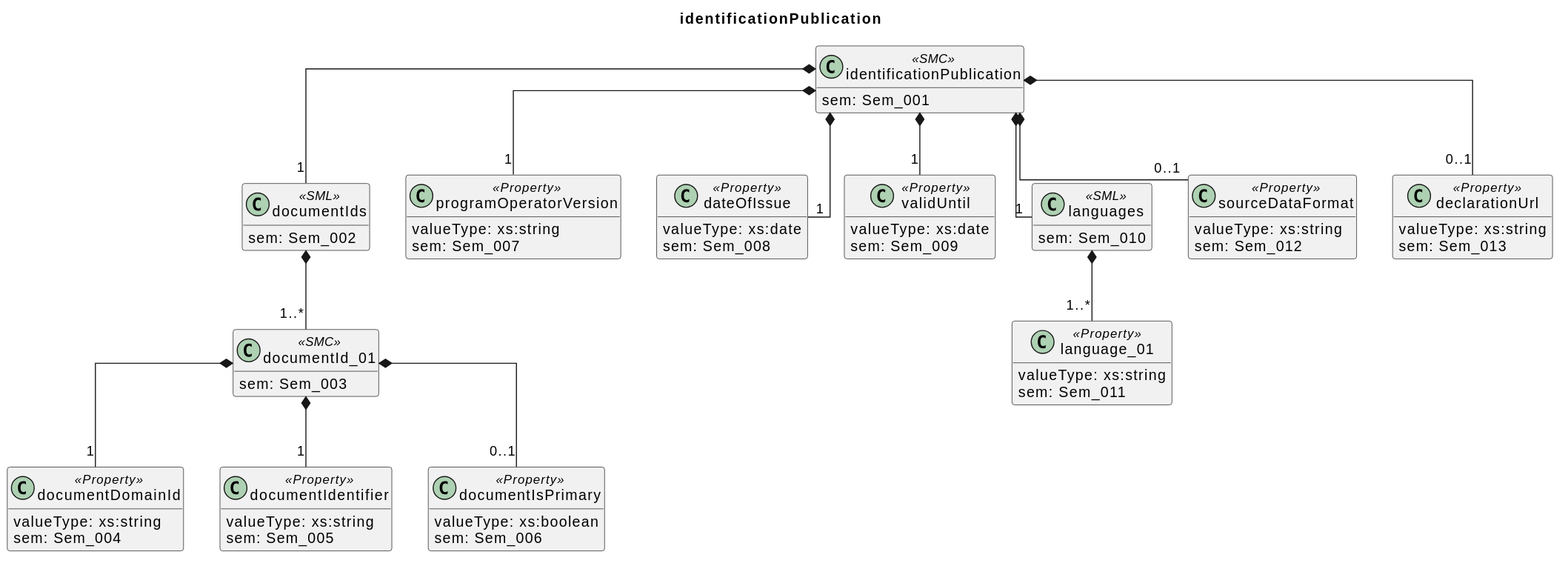
This is docs/model/sections/identificationPublication.svg from Leeeks/aas-epd-type-iii-submodel, a PlantUML export, as it was before one commit. The source it was exported from:
```plantuml
@startuml
title identificationPublication
skinparam classAttributeIconSize 0
skinparam linetype ortho
hide empty members

class identificationPublication <<SMC>> {
  sem: Sem_001
}
class documentIds <<SML>> {
  sem: Sem_002
}
class documentId_01 <<SMC>> {
  sem: Sem_003
}
class documentDomainId <<Property>> {
  valueType: xs:string
  sem: Sem_004
}
class documentIdentifier <<Property>> {
  valueType: xs:string
  sem: Sem_005
}
class documentIsPrimary <<Property>> {
  valueType: xs:boolean
  sem: Sem_006
}
class programOperatorVersion <<Property>> {
  valueType: xs:string
  sem: Sem_007
}
class dateOfIssue <<Property>> {
  valueType: xs:date
  sem: Sem_008
}
class validUntil <<Property>> {
  valueType: xs:date
  sem: Sem_009
}
class languages <<SML>> {
  sem: Sem_010
}
class language_01 <<Property>> {
  valueType: xs:string
  sem: Sem_011
}
class sourceDataFormat <<Property>> {
  valueType: xs:string
  sem: Sem_012
}
class declarationUrl <<Property>> {
  valueType: xs:string
  sem: Sem_013
}

identificationPublication *-- "1" documentIds
documentIds *-- "1..*" documentId_01
documentId_01 *-- "1" documentDomainId
documentId_01 *-- "1" documentIdentifier
documentId_01 *-- "0..1" documentIsPrimary
identificationPublication *-- "1" programOperatorVersion
identificationPublication *-- "1" dateOfIssue
identificationPublication *-- "1" validUntil
identificationPublication *-- "1" languages
languages *-- "1..*" language_01
identificationPublication *-- "0..1" sourceDataFormat
identificationPublication *-- "0..1" declarationUrl
@enduml
```
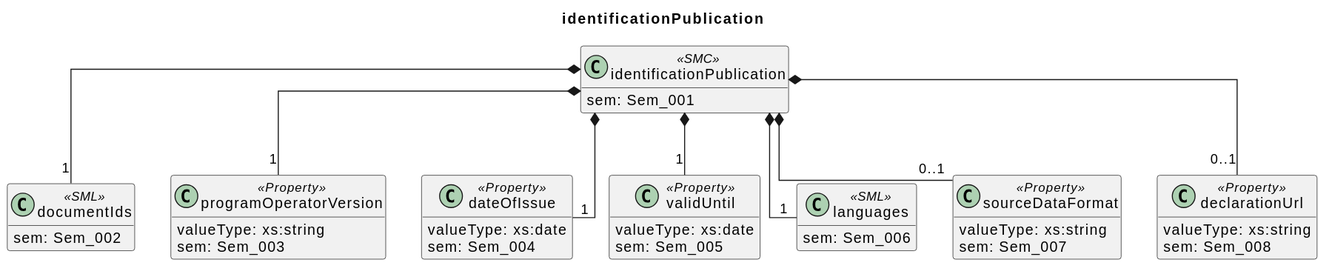
Later version of the same file.

Diff of the diagram source:
```diff
@@ -10,59 +10,35 @@
 class documentIds <<SML>> {
   sem: Sem_002
 }
-class documentId_01 <<SMC>> {
+class programOperatorVersion <<Property>> {
+  valueType: xs:string
   sem: Sem_003
 }
-class documentDomainId <<Property>> {
-  valueType: xs:string
+class dateOfIssue <<Property>> {
+  valueType: xs:date
   sem: Sem_004
 }
-class documentIdentifier <<Property>> {
-  valueType: xs:string
+class validUntil <<Property>> {
+  valueType: xs:date
   sem: Sem_005
 }
-class documentIsPrimary <<Property>> {
-  valueType: xs:boolean
+class languages <<SML>> {
   sem: Sem_006
 }
-class programOperatorVersion <<Property>> {
+class sourceDataFormat <<Property>> {
   valueType: xs:string
   sem: Sem_007
 }
-class dateOfIssue <<Property>> {
-  valueType: xs:date
-  sem: Sem_008
-}
-class validUntil <<Property>> {
-  valueType: xs:date
-  sem: Sem_009
-}
-class languages <<SML>> {
-  sem: Sem_010
-}
-class language_01 <<Property>> {
-  valueType: xs:string
-  sem: Sem_011
-}
-class sourceDataFormat <<Property>> {
-  valueType: xs:string
-  sem: Sem_012
-}
 class declarationUrl <<Property>> {
   valueType: xs:string
-  sem: Sem_013
+  sem: Sem_008
 }
 
 identificationPublication *-- "1" documentIds
-documentIds *-- "1..*" documentId_01
-documentId_01 *-- "1" documentDomainId
-documentId_01 *-- "1" documentIdentifier
-documentId_01 *-- "0..1" documentIsPrimary
 identificationPublication *-- "1" programOperatorVersion
 identificationPublication *-- "1" dateOfIssue
 identificationPublication *-- "1" validUntil
 identificationPublication *-- "1" languages
-languages *-- "1..*" language_01
 identificationPublication *-- "0..1" sourceDataFormat
 identificationPublication *-- "0..1" declarationUrl
 @enduml
```
